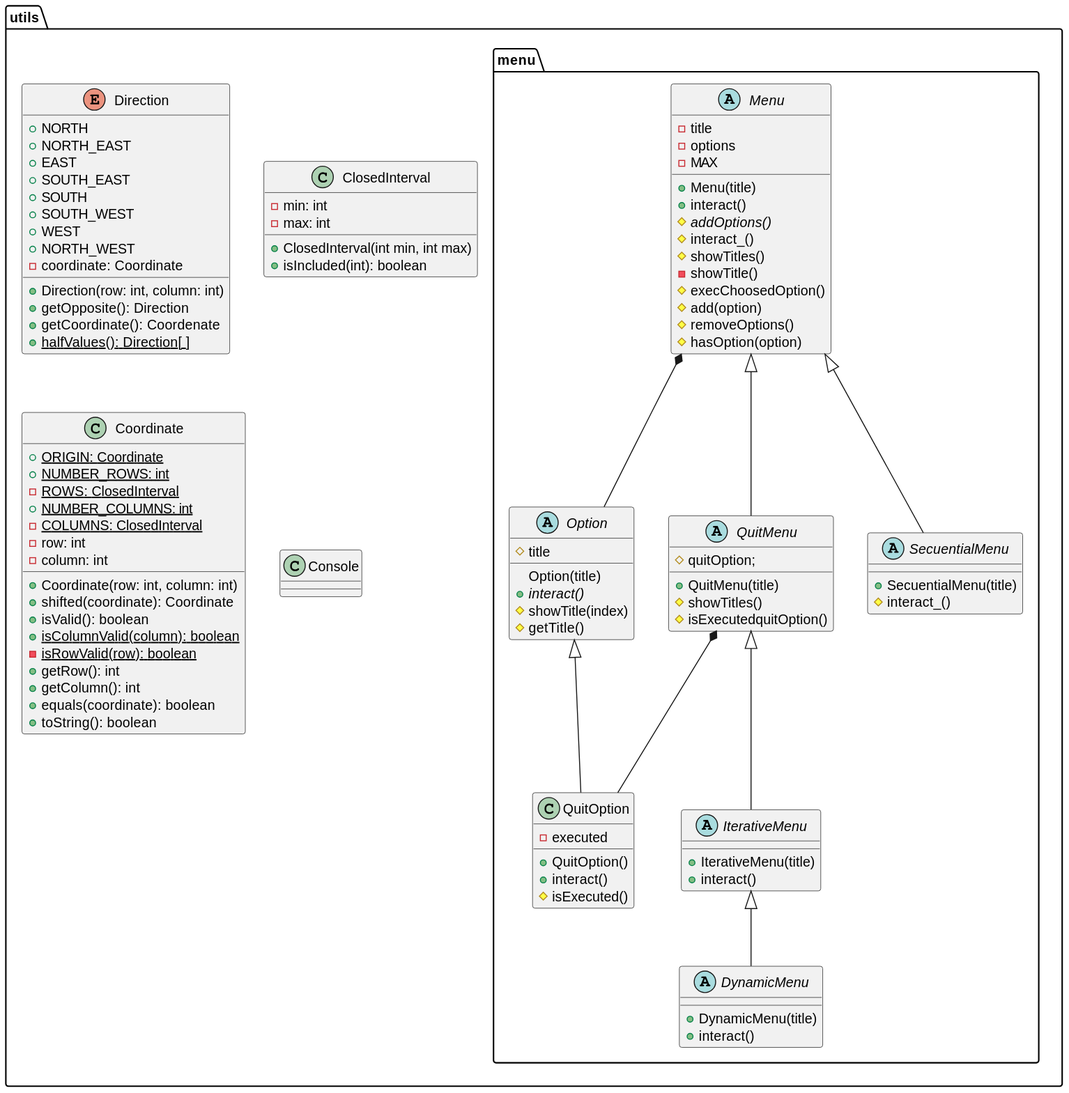
Above: out/connect4/Docs/diagrams/src/packages/connect4.utils/utils.svg in js-rom/connect4 (PlantUML), before the change. Its diagram source:
```plantuml
@startuml
enum utils.Direction
class utils.ClosedInterval
class utils.Coordinate
class utils.Console

abstract class utils.menu.Option
abstract class utils.menu.DynamicMenu
abstract class utils.menu.IterativeMenu
abstract class utils.menu.Menu
abstract class utils.menu.QuitMenu
abstract class utils.menu.SecuentialMenu
class utils.menu.QuitOption

Menu <|-- SecuentialMenu
Menu <|-- QuitMenu
Menu *-- Option
IterativeMenu  <|-- DynamicMenu
QuitMenu <|-- IterativeMenu
Option <|-- QuitOption
QuitMenu *-- QuitOption

Option : #title
Option : Option(title)
Option : {abstract} +interact()
Option : #showTitle(index)
Option : #getTitle()

QuitOption : -executed
QuitOption : +QuitOption()
QuitOption : +interact()
QuitOption : #isExecuted()

Menu : -title
Menu : -options
Menu : -MAX
Menu : +Menu(title)
Menu : +interact()
Menu : {abstract} #addOptions()
Menu : #interact_()
Menu : #showTitles()
Menu : -showTitle()
Menu : #execChoosedOption()
Menu : #add(option)
Menu : #removeOptions()
Menu : #hasOption(option)

QuitMenu : #quitOption;
QuitMenu : +QuitMenu(title)
QuitMenu : #showTitles()
QuitMenu : #isExecutedquitOption()

IterativeMenu : +IterativeMenu(title)
IterativeMenu : +interact()

DynamicMenu : +DynamicMenu(title)
DynamicMenu : +interact()

SecuentialMenu : +SecuentialMenu(title)
SecuentialMenu : #interact_()

Direction : +NORTH
Direction : +NORTH_EAST
Direction : +EAST
Direction : +SOUTH_EAST
Direction : +SOUTH
Direction : +SOUTH_WEST
Direction : +WEST
Direction : +NORTH_WEST
Direction : -coordinate: Coordinate
Direction : +Direction(row: int, column: int)
Direction : +getOpposite(): Direction
Direction : +getCoordinate(): Coordenate
Direction : +{static}halfValues(): Direction[ ]

Coordinate : {static} +ORIGIN: Coordinate
Coordinate : {static} +NUMBER_ROWS: int
Coordinate : {static} -ROWS: ClosedInterval
Coordinate : {static} +NUMBER_COLUMNS: int
Coordinate : {static} -COLUMNS: ClosedInterval
Coordinate : -row: int
Coordinate : -column: int
Coordinate : +Coordinate(row: int, column: int)
Coordinate : +shifted(coordinate): Coordinate
Coordinate : +isValid(): boolean
Coordinate : {static} +isColumnValid(column): boolean
Coordinate : {static} -isRowValid(row): boolean
Coordinate : +getRow(): int
Coordinate : +getColumn(): int
Coordinate : +equals(coordinate): boolean
Coordinate : +toString(): boolean

ClosedInterval : -min: int
ClosedInterval : -max: int
ClosedInterval : +ClosedInterval(int min, int max)
ClosedInterval : +isIncluded(int): boolean
@enduml
```
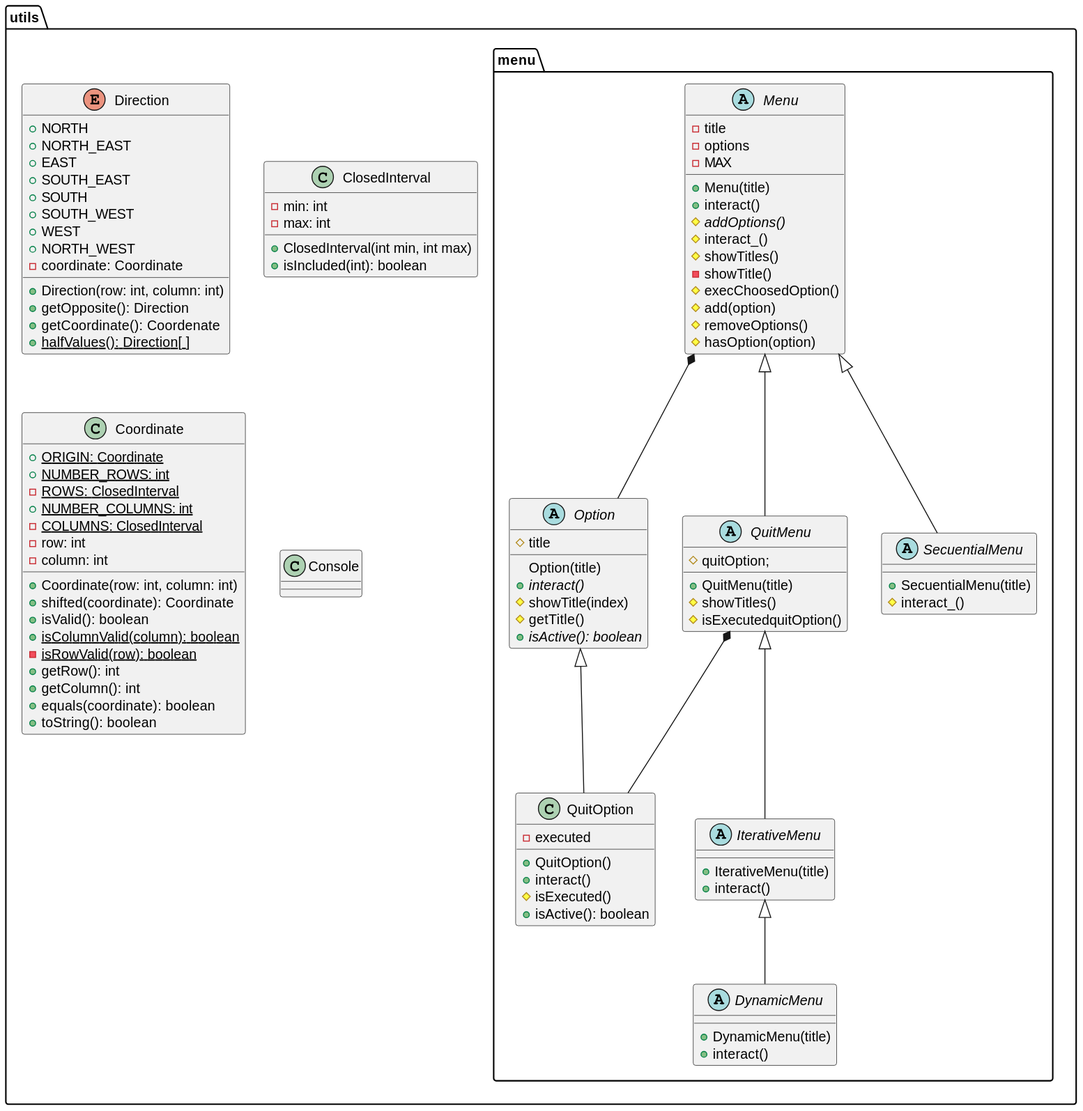
Above is the later version.

Change to the diagram source:
```diff
@@ -25,11 +25,13 @@
 Option : {abstract} +interact()
 Option : #showTitle(index)
 Option : #getTitle()
+Option : {abstract} +isActive(): boolean
 
 QuitOption : -executed
 QuitOption : +QuitOption()
 QuitOption : +interact()
 QuitOption : #isExecuted()
+QuitOption : +isActive(): boolean
 
 Menu : -title
 Menu : -options
```
